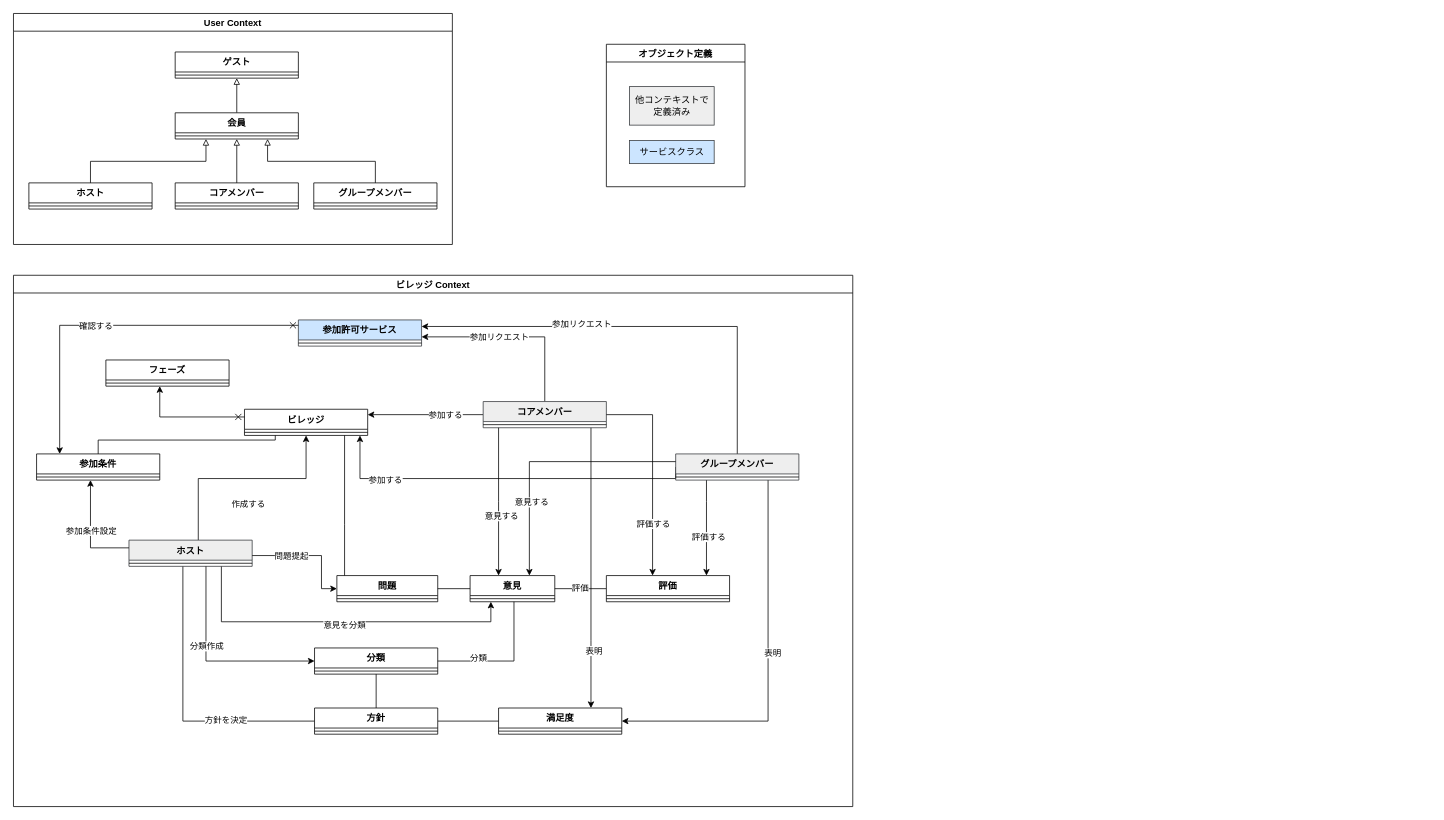
ShunMitsuoka/TachiNoVoice_doc keeps this draw.io diagram as 設計資料/UML/クラス図.drawio. Above is the earlier version. Source tidied: cells renumbered, new cells numbered last; positions are measured from the earlier drawing's top-left corner, leaving out a move shared by most shapes. Both pictures are drawn from the tidied source at 77%, with x=0, y=0 at pixel (13, 13).
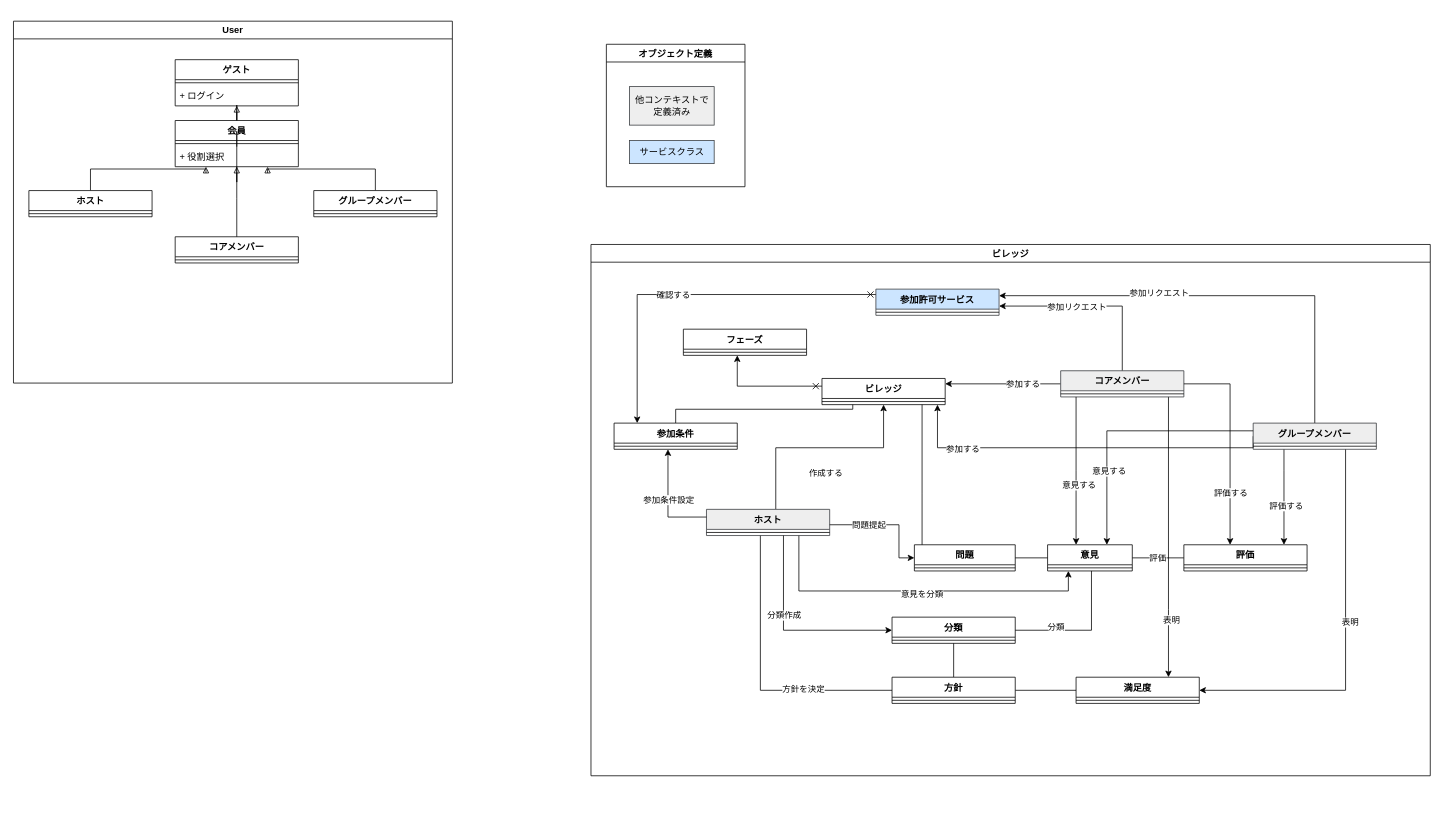
The same page after the edit.

The edit, as a diff of the source:
```diff
@@
-    <mxCell id="2" value="User Context" style="swimlane;" parent="1" vertex="1">
-      <mxGeometry width="570" height="300" as="geometry" />
+    <mxCell id="2" value="User" style="swimlane;" parent="1" vertex="1">
+      <mxGeometry y="10" width="570" height="470" as="geometry" />
     </mxCell>
     <mxCell id="3" value="ゲスト" style="swimlane;fontStyle=1;align=center;verticalAlign=top;horizontal=1;startSize=26;" parent="2" vertex="1">
-      <mxGeometry x="210" y="50" width="160" height="34" as="geometry" />
+      <mxGeometry x="210" y="50" width="160" height="60" as="geometry" />
     </mxCell>
@@
+    <mxCell id="90" value="+ ログイン" style="text;strokeColor=none;fillColor=none;align=left;verticalAlign=top;spacingLeft=4;spacingRight=4;overflow=hidden;" parent="3" vertex="1">
+      <mxGeometry y="34" width="160" height="26" as="geometry" />
+    </mxCell>
@@
     <mxCell id="6" value="会員" style="swimlane;fontStyle=1;align=center;verticalAlign=top;horizontal=1;startSize=26;" parent="2" vertex="1">
-      <mxGeometry x="210" y="129" width="160" height="34" as="geometry" />
+      <mxGeometry x="210" y="129" width="160" height="60" as="geometry" />
     </mxCell>
@@
+    <mxCell id="11" style="edgeStyle=orthogonalEdgeStyle;rounded=0;jettySize=auto;html=1;exitX=0.5;exitY=0;exitDx=0;exitDy=0;endArrow=block;endFill=0;startArrow=none;" parent="6" edge="1" source="91" target="6">
+      <mxGeometry relative="1" as="geometry" />
+    </mxCell>
+    <mxCell id="91" value="+ 役割選択" style="text;strokeColor=none;fillColor=none;align=left;verticalAlign=top;spacingLeft=4;spacingRight=4;overflow=hidden;points=[[0,0.5],[1,0.5]];portConstraint=eastwest;" parent="6" vertex="1">
+      <mxGeometry y="34" width="160" height="26" as="geometry" />
+    </mxCell>
@@
-    <mxCell id="11" style="edgeStyle=orthogonalEdgeStyle;rounded=0;jettySize=auto;html=1;exitX=0.5;exitY=0;exitDx=0;exitDy=0;endArrow=block;endFill=0;" parent="2" edge="1" source="12" target="6">
-      <mxGeometry relative="1" as="geometry" />
-    </mxCell>
     <mxCell id="12" value="コアメンバー" style="swimlane;fontStyle=1;align=center;verticalAlign=top;horizontal=1;startSize=26;" parent="2" vertex="1">
-      <mxGeometry x="210" y="220" width="160" height="34" as="geometry" />
+      <mxGeometry x="210" y="280" width="160" height="34" as="geometry" />
     </mxCell>
@@
+    <mxCell id="92" style="edgeStyle=orthogonalEdgeStyle;rounded=0;jettySize=auto;html=1;exitX=0.5;exitY=0;exitDx=0;exitDy=0;endArrow=none;endFill=0;" parent="2" edge="1" source="12" target="91">
+      <mxGeometry relative="1" as="geometry">
+        <Array as="points">
+          <mxPoint x="290" y="230" />
+          <mxPoint x="290" y="230" />
+        </Array>
+      </mxGeometry>
+    </mxCell>
-    <mxCell id="17" value="ビレッジ Context" style="swimlane;" parent="1" vertex="1">
-      <mxGeometry y="340" width="1090" height="690" as="geometry" />
+    <mxCell id="17" value="ビレッジ" style="swimlane;" parent="1" vertex="1">
+      <mxGeometry x="750" y="300" width="1090" height="690" as="geometry" />
     </mxCell>
```
